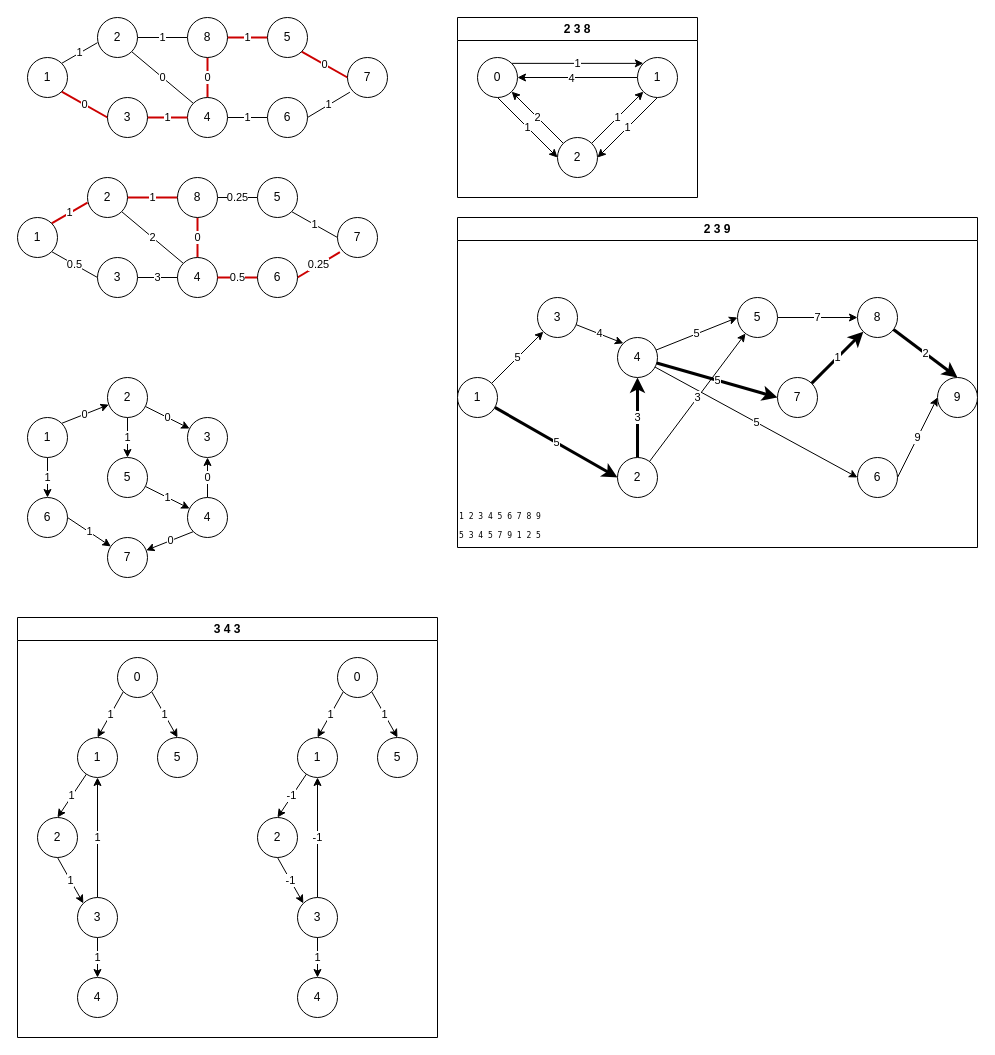
Igorok/algorithms-js keeps this draw.io diagram as graph/ribs.drawio. Above is the earlier version. Source tidied: cells renumbered, new cells numbered last; positions are measured from the earlier drawing's top-left corner, leaving out a move shared by most shapes. Both pictures are drawn from the tidied source at 100%, with x=0, y=0 at pixel (17, 17).
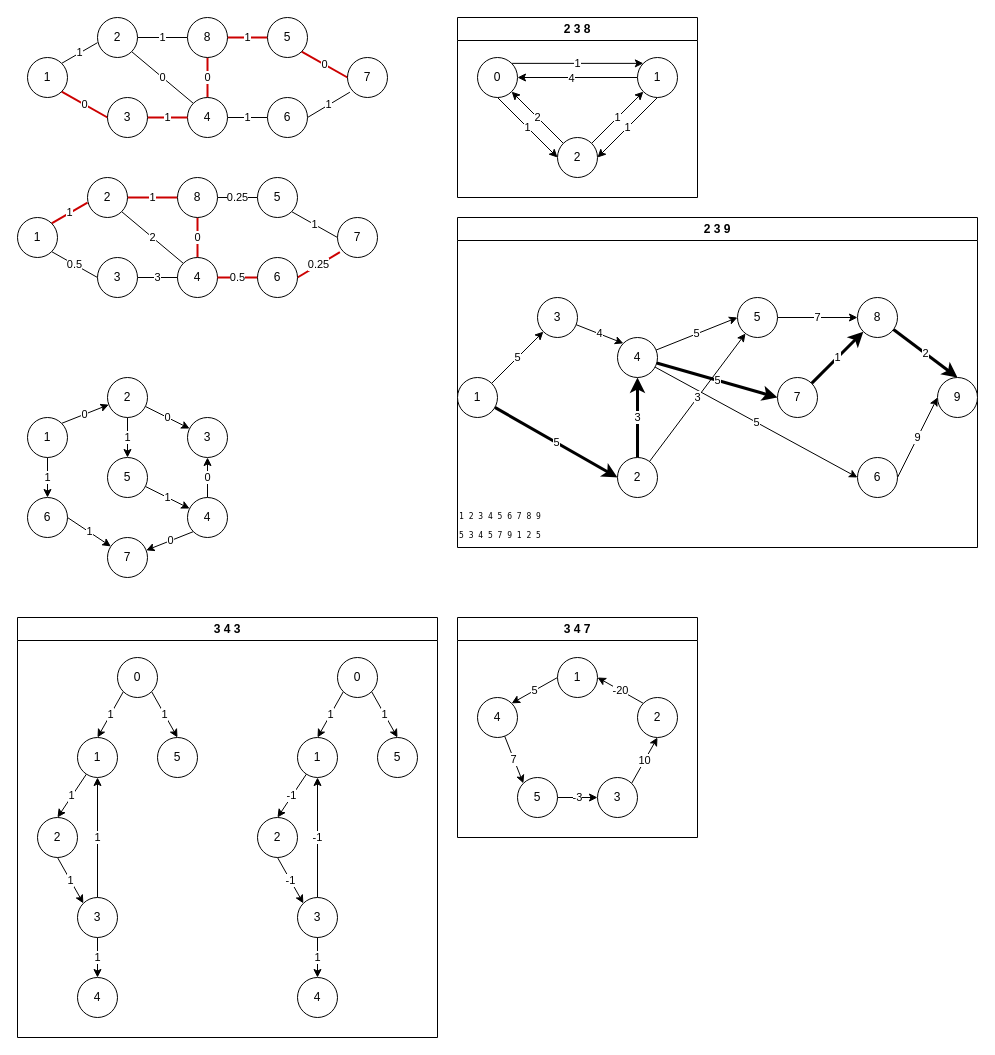
The same diagram, later.

What changed in the source:
```diff
@@
+    <mxCell id="113" value="3 4 7" style="swimlane;whiteSpace=wrap;html=1;" parent="1" vertex="1">
+      <mxGeometry x="440" y="600" width="240" height="220" as="geometry" />
+    </mxCell>
+    <mxCell id="114" value="5" style="edgeStyle=none;html=1;exitX=0;exitY=0.5;exitDx=0;exitDy=0;entryX=1;entryY=0;entryDx=0;entryDy=0;" parent="113" edge="1" source="115" target="121">
+      <mxGeometry relative="1" as="geometry" />
+    </mxCell>
+    <mxCell id="115" value="1" style="ellipse;whiteSpace=wrap;html=1;" parent="113" vertex="1">
+      <mxGeometry x="100" y="40" width="40" height="40" as="geometry" />
+    </mxCell>
+    <mxCell id="116" value="10" style="edgeStyle=none;html=1;exitX=1;exitY=0;exitDx=0;exitDy=0;entryX=0.5;entryY=1;entryDx=0;entryDy=0;" parent="113" edge="1" source="117" target="123">
+      <mxGeometry relative="1" as="geometry" />
+    </mxCell>
+    <mxCell id="117" value="3" style="ellipse;whiteSpace=wrap;html=1;" parent="113" vertex="1">
+      <mxGeometry x="140" y="160" width="40" height="40" as="geometry" />
+    </mxCell>
+    <mxCell id="118" value="-3" style="edgeStyle=none;html=1;exitX=1;exitY=0.5;exitDx=0;exitDy=0;entryX=0;entryY=0.5;entryDx=0;entryDy=0;" parent="113" edge="1" source="119" target="117">
+      <mxGeometry relative="1" as="geometry" />
+    </mxCell>
+    <mxCell id="119" value="5" style="ellipse;whiteSpace=wrap;html=1;" parent="113" vertex="1">
+      <mxGeometry x="60" y="160" width="40" height="40" as="geometry" />
+    </mxCell>
+    <mxCell id="120" value="7" style="edgeStyle=none;html=1;entryX=0;entryY=0;entryDx=0;entryDy=0;" parent="113" edge="1" source="121" target="119">
+      <mxGeometry relative="1" as="geometry" />
+    </mxCell>
+    <mxCell id="121" value="4" style="ellipse;whiteSpace=wrap;html=1;" parent="113" vertex="1">
+      <mxGeometry x="20" y="80" width="40" height="40" as="geometry" />
+    </mxCell>
+    <mxCell id="122" value="-20" style="edgeStyle=none;html=1;entryX=1;entryY=0.5;entryDx=0;entryDy=0;exitX=0;exitY=0;exitDx=0;exitDy=0;" parent="113" edge="1" source="123" target="115">
+      <mxGeometry relative="1" as="geometry" />
+    </mxCell>
+    <mxCell id="123" value="2" style="ellipse;whiteSpace=wrap;html=1;" parent="113" vertex="1">
+      <mxGeometry x="180" y="80" width="40" height="40" as="geometry" />
+    </mxCell>
```
